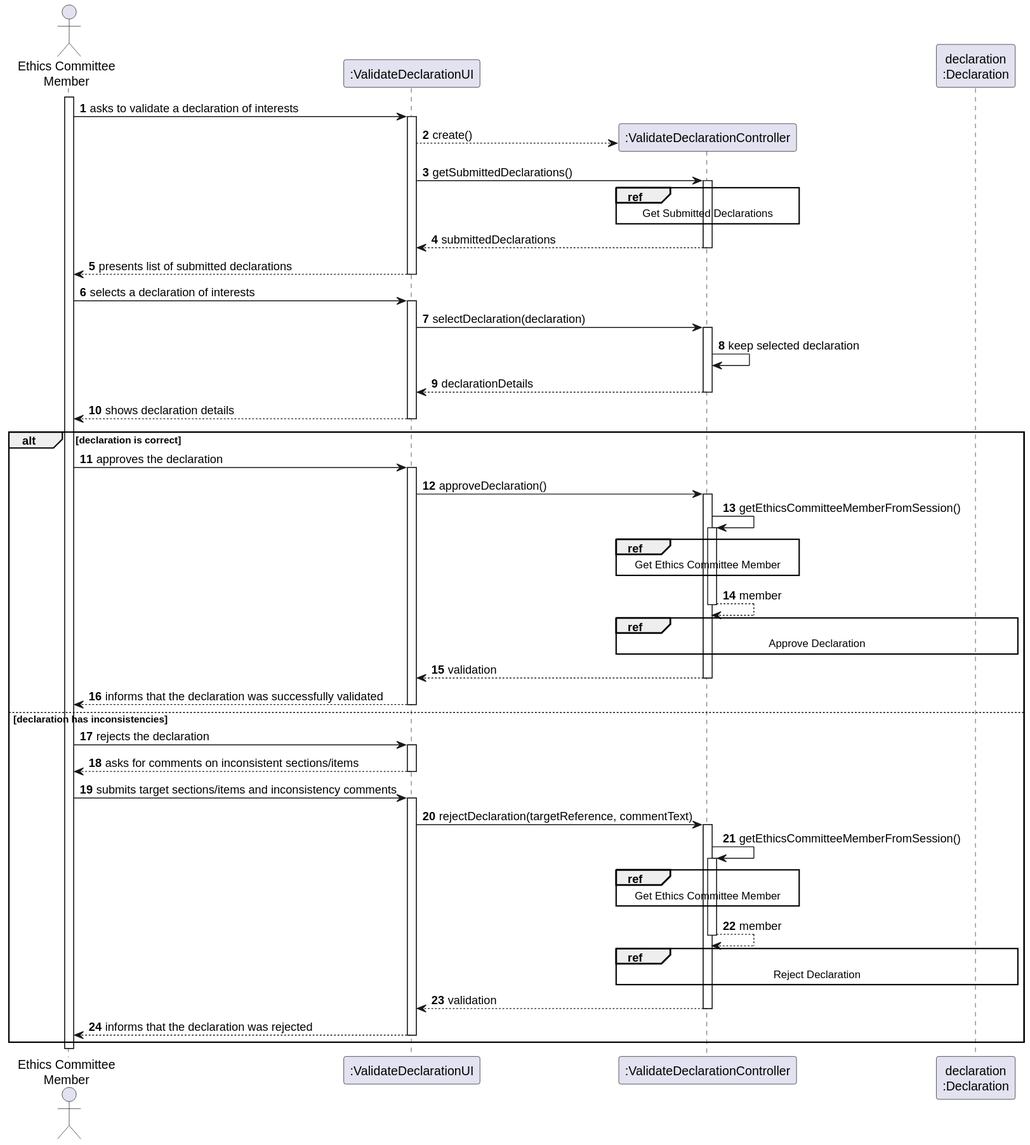
Before: docs/system-documentation/US08/03.design/svg/US08-SD-split.svg, a diagram exported from PlantUML (Departamento-de-Engenharia-Informatica/sem2-pi-25-26-g096-repo). Its diagram source:
```plantuml
@startuml
skinparam packageStyle rectangle
skinparam shadowing false

autonumber

actor "Ethics Committee\nMember" as MEMBER_ACTOR

participant ":ValidateDeclarationUI" as UI
participant ":ValidateDeclarationController" as CTRL
participant "declaration\n:Declaration" as DECL

activate MEMBER_ACTOR

    MEMBER_ACTOR -> UI : asks to validate a declaration of interests
    activate UI
        UI --> CTRL** : create()

        UI -> CTRL : getSubmittedDeclarations()
        activate CTRL
            ref over CTRL
                Get Submitted Declarations
            end ref

            CTRL --> UI : submittedDeclarations
        deactivate CTRL

        UI --> MEMBER_ACTOR : presents list of submitted declarations
    deactivate UI

    MEMBER_ACTOR -> UI : selects a declaration of interests
    activate UI
        UI -> CTRL : selectDeclaration(declaration)
        activate CTRL
            CTRL -> CTRL : keep selected declaration
            CTRL --> UI : declarationDetails
        deactivate CTRL

        UI --> MEMBER_ACTOR : shows declaration details
    deactivate UI

    alt declaration is correct

        MEMBER_ACTOR -> UI : approves the declaration
        activate UI
            UI -> CTRL : approveDeclaration()
            activate CTRL

                CTRL -> CTRL : getEthicsCommitteeMemberFromSession()
                activate CTRL
                    ref over CTRL
                        Get Ethics Committee Member
                    end ref

                    CTRL --> CTRL : member
                deactivate CTRL

                ref over CTRL, DECL
                    Approve Declaration
                end ref

                CTRL --> UI : validation
            deactivate CTRL

            UI --> MEMBER_ACTOR : informs that the declaration was successfully validated
        deactivate UI

    else declaration has inconsistencies

        MEMBER_ACTOR -> UI : rejects the declaration
        activate UI
            UI --> MEMBER_ACTOR : asks for comments on inconsistent sections/items
        deactivate UI

        MEMBER_ACTOR -> UI : submits target sections/items and inconsistency comments
        activate UI
            UI -> CTRL : rejectDeclaration(targetReference, commentText)
            activate CTRL

                CTRL -> CTRL : getEthicsCommitteeMemberFromSession()
                activate CTRL
                    ref over CTRL
                        Get Ethics Committee Member
                    end ref

                    CTRL --> CTRL : member
                deactivate CTRL

                ref over CTRL, DECL
                    Reject Declaration
                end ref

                CTRL --> UI : validation
            deactivate CTRL

            UI --> MEMBER_ACTOR : informs that the declaration was rejected
        deactivate UI

    end

deactivate MEMBER_ACTOR
@enduml
```
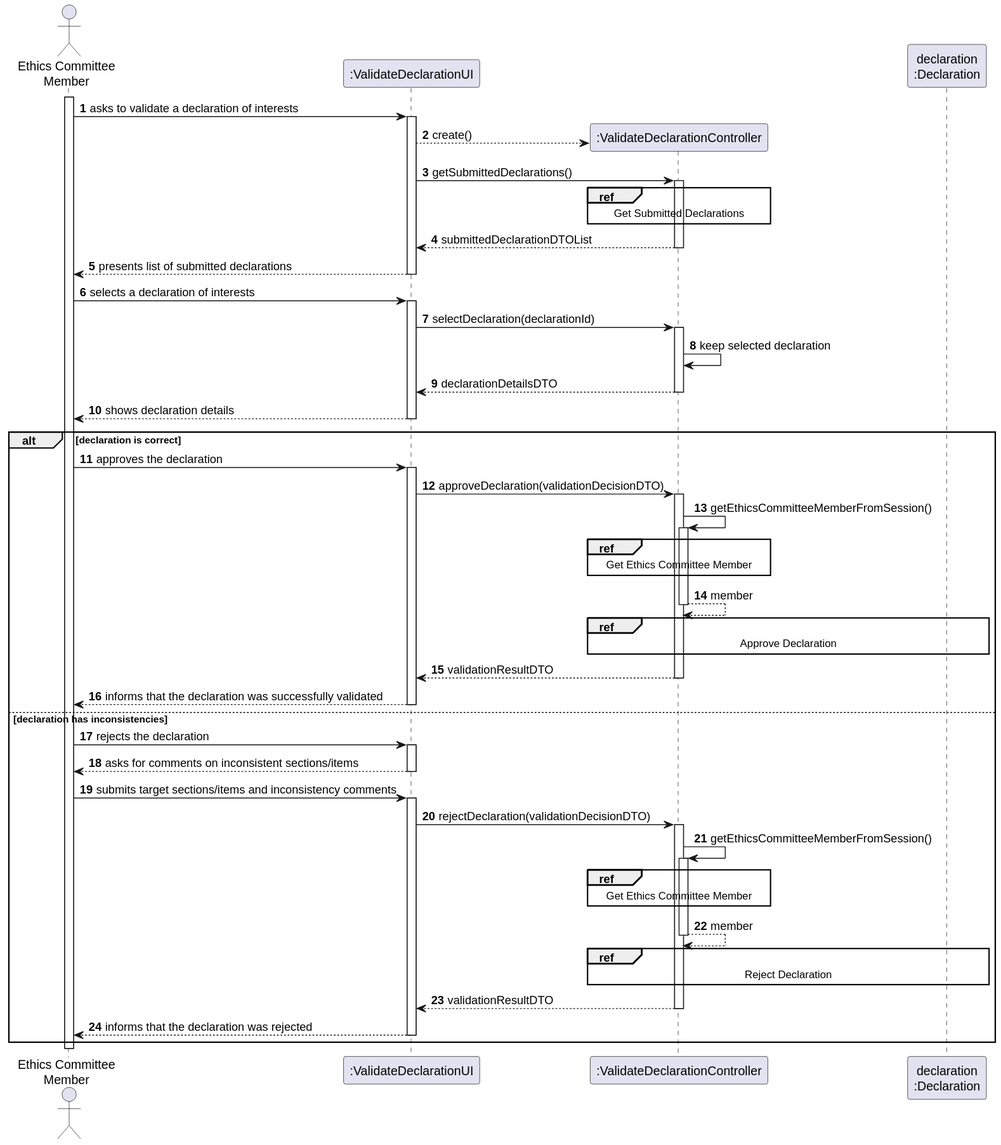
After the commit.

Change to the diagram source:
```diff
@@ -22,7 +22,7 @@
                 Get Submitted Declarations
             end ref
 
-            CTRL --> UI : submittedDeclarations
+            CTRL --> UI : submittedDeclarationDTOList
         deactivate CTRL
 
         UI --> MEMBER_ACTOR : presents list of submitted declarations
@@ -30,10 +30,10 @@
 
     MEMBER_ACTOR -> UI : selects a declaration of interests
     activate UI
-        UI -> CTRL : selectDeclaration(declaration)
+        UI -> CTRL : selectDeclaration(declarationId)
         activate CTRL
             CTRL -> CTRL : keep selected declaration
-            CTRL --> UI : declarationDetails
+            CTRL --> UI : declarationDetailsDTO
         deactivate CTRL
 
         UI --> MEMBER_ACTOR : shows declaration details
@@ -43,7 +43,7 @@
 
         MEMBER_ACTOR -> UI : approves the declaration
         activate UI
-            UI -> CTRL : approveDeclaration()
+            UI -> CTRL : approveDeclaration(validationDecisionDTO)
             activate CTRL
 
                 CTRL -> CTRL : getEthicsCommitteeMemberFromSession()
@@ -59,7 +59,7 @@
                     Approve Declaration
                 end ref
 
-                CTRL --> UI : validation
+                CTRL --> UI : validationResultDTO
             deactivate CTRL
 
             UI --> MEMBER_ACTOR : informs that the declaration was successfully validated
@@ -74,7 +74,7 @@
 
         MEMBER_ACTOR -> UI : submits target sections/items and inconsistency comments
         activate UI
-            UI -> CTRL : rejectDeclaration(targetReference, commentText)
+            UI -> CTRL : rejectDeclaration(validationDecisionDTO)
             activate CTRL
 
                 CTRL -> CTRL : getEthicsCommitteeMemberFromSession()
@@ -90,7 +90,7 @@
                     Reject Declaration
                 end ref
 
-                CTRL --> UI : validation
+                CTRL --> UI : validationResultDTO
             deactivate CTRL
 
             UI --> MEMBER_ACTOR : informs that the declaration was rejected
```
